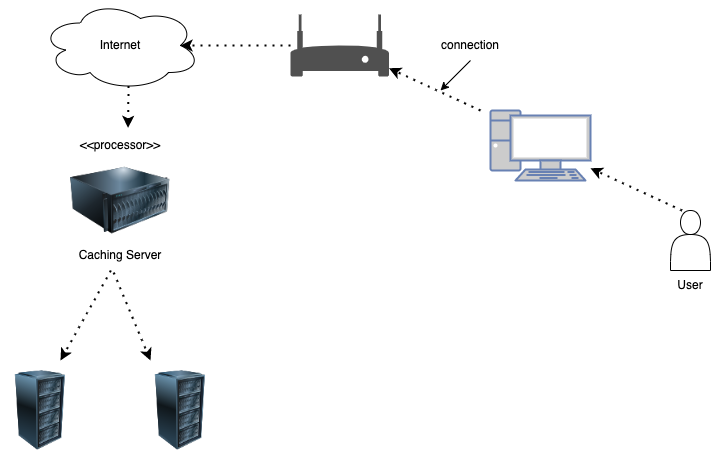
Before: Deployment.drawio.png, a diagram exported from draw.io (Mitansh007/SE). Source tidied: cells renumbered, new cells last; positions are measured from the earlier drawing's top-left corner, leaving out a move shared by most shapes.
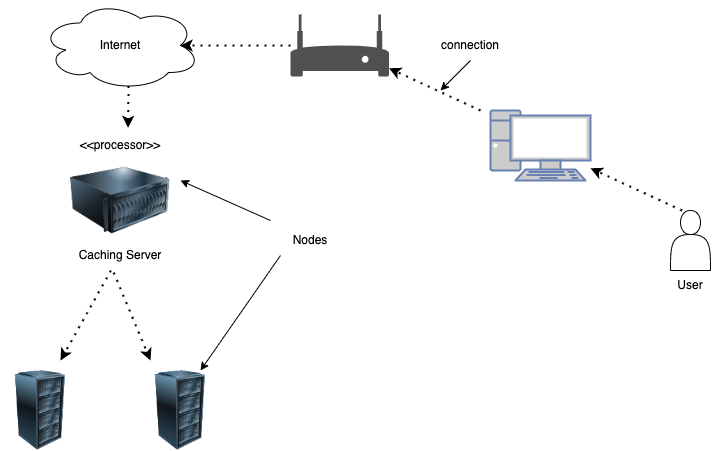
The same diagram one commit later.

What changed in the source:
```diff
@@ -71,5 +71,17 @@
         <mxPoint x="150" y="360" as="targetPoint" />
       </mxGeometry>
     </mxCell>
+    <mxCell id="21" value="Nodes" style="text;html=1;strokeColor=none;fillColor=none;align=center;verticalAlign=middle;whiteSpace=wrap;rounded=0;" parent="1" vertex="1">
+      <mxGeometry x="280" y="225" width="60" height="30" as="geometry" />
+    </mxCell>
+    <mxCell id="22" style="endArrow=classic;html=1;rounded=0;" parent="1" edge="1">
+      <mxGeometry relative="1" as="geometry">
+        <mxPoint x="270" y="220" as="sourcePoint" />
+        <mxPoint x="180" y="180" as="targetPoint" />
+      </mxGeometry>
+    </mxCell>
+    <mxCell id="23" style="endArrow=classic;html=1;rounded=0;exitX=0;exitY=1;exitDx=0;exitDy=0;entryX=0.75;entryY=0;entryDx=0;entryDy=0;" parent="1" edge="1" source="21" target="18">
+      <mxGeometry relative="1" as="geometry" />
+    </mxCell>
   </root>
 </mxGraphModel>
```
